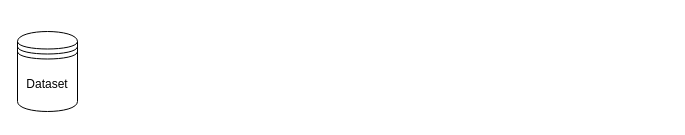
This is IDS_Neural_Network.drawio from caprivm/thesis_msc, a draw.io file, before an edit. Source tidied: cells renumbered, new cells numbered last; positions are measured from the earlier drawing's top-left corner, leaving out a move shared by most shapes. Both pictures are drawn from the tidied source at 100%, with x=0, y=0 at pixel (17, 31).
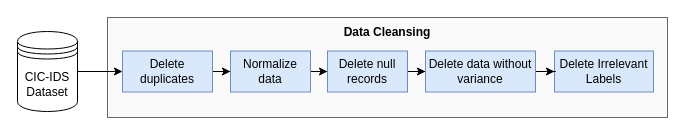
Above is the later version.

Change to the diagram source:
```diff
@@
 <mxGraphModel>
   <root>
     <mxCell id="0" />
     <mxCell id="1" parent="0" />
+    <mxCell id="3" style="rounded=0;whiteSpace=wrap;html=1;fillColor=#FAFAFA;strokeColor=#666666;fontColor=#333333;" parent="1" vertex="1">
+      <mxGeometry x="90" y="-14" width="560" height="100" as="geometry" />
+    </mxCell>
+    <mxCell id="4" style="edgeStyle=orthogonalEdgeStyle;rounded=0;jettySize=auto;html=1;entryX=0;entryY=0.5;entryDx=0;entryDy=0;" parent="1" edge="1" source="2" target="7">
+      <mxGeometry relative="1" as="geometry" />
+    </mxCell>
-    <mxCell id="2" value="Dataset" style="shape=datastore;whiteSpace=wrap;html=1;" parent="1" vertex="1">
+    <mxCell id="2" value="CIC-IDS&lt;br&gt;Dataset" style="shape=datastore;whiteSpace=wrap;html=1;" parent="1" vertex="1">
       <mxGeometry width="60" height="80" as="geometry" />
     </mxCell>
+    <mxCell id="5" value="Data Cleansing" style="text;html=1;strokeColor=none;fillColor=none;align=center;verticalAlign=middle;whiteSpace=wrap;rounded=0;fontStyle=1;" parent="1" vertex="1">
+      <mxGeometry x="300" y="-14" width="140" height="30" as="geometry" />
+    </mxCell>
+    <mxCell id="6" style="edgeStyle=orthogonalEdgeStyle;rounded=0;jettySize=auto;html=1;entryX=0;entryY=0.5;entryDx=0;entryDy=0;" parent="1" edge="1" source="7" target="9">
+      <mxGeometry relative="1" as="geometry" />
+    </mxCell>
+    <mxCell id="7" value="Delete duplicates" style="rounded=0;whiteSpace=wrap;html=1;fillColor=#dae8fc;strokeColor=#6c8ebf;" parent="1" vertex="1">
+      <mxGeometry x="105" y="19.5" width="90" height="41" as="geometry" />
+    </mxCell>
+    <mxCell id="8" style="edgeStyle=orthogonalEdgeStyle;rounded=0;jettySize=auto;html=1;entryX=0;entryY=0.5;entryDx=0;entryDy=0;" parent="1" edge="1" source="9" target="11">
+      <mxGeometry relative="1" as="geometry" />
+    </mxCell>
+    <mxCell id="9" value="Normalize data" style="rounded=0;whiteSpace=wrap;html=1;fillColor=#dae8fc;strokeColor=#6c8ebf;" parent="1" vertex="1">
+      <mxGeometry x="213" y="19.5" width="80" height="41" as="geometry" />
+    </mxCell>
+    <mxCell id="10" style="edgeStyle=orthogonalEdgeStyle;rounded=0;jettySize=auto;html=1;entryX=0;entryY=0.5;entryDx=0;entryDy=0;" parent="1" edge="1" source="11" target="14">
+      <mxGeometry relative="1" as="geometry" />
+    </mxCell>
+    <mxCell id="11" value="Delete null records" style="rounded=0;whiteSpace=wrap;html=1;fillColor=#dae8fc;strokeColor=#6c8ebf;" parent="1" vertex="1">
+      <mxGeometry x="310" y="19.5" width="80" height="41" as="geometry" />
+    </mxCell>
+    <mxCell id="12" value="Delete Irrelevant Labels" style="rounded=0;whiteSpace=wrap;html=1;fillColor=#dae8fc;strokeColor=#6c8ebf;" parent="1" vertex="1">
+      <mxGeometry x="537" y="19.5" width="99" height="41" as="geometry" />
+    </mxCell>
+    <mxCell id="13" style="edgeStyle=orthogonalEdgeStyle;rounded=0;jettySize=auto;html=1;" parent="1" edge="1" source="14" target="12">
+      <mxGeometry relative="1" as="geometry" />
+    </mxCell>
+    <mxCell id="14" value="Delete data without variance" style="rounded=0;whiteSpace=wrap;html=1;fillColor=#dae8fc;strokeColor=#6c8ebf;" parent="1" vertex="1">
+      <mxGeometry x="408" y="19.5" width="110" height="41" as="geometry" />
+    </mxCell>
   </root>
 </mxGraphModel>
```
